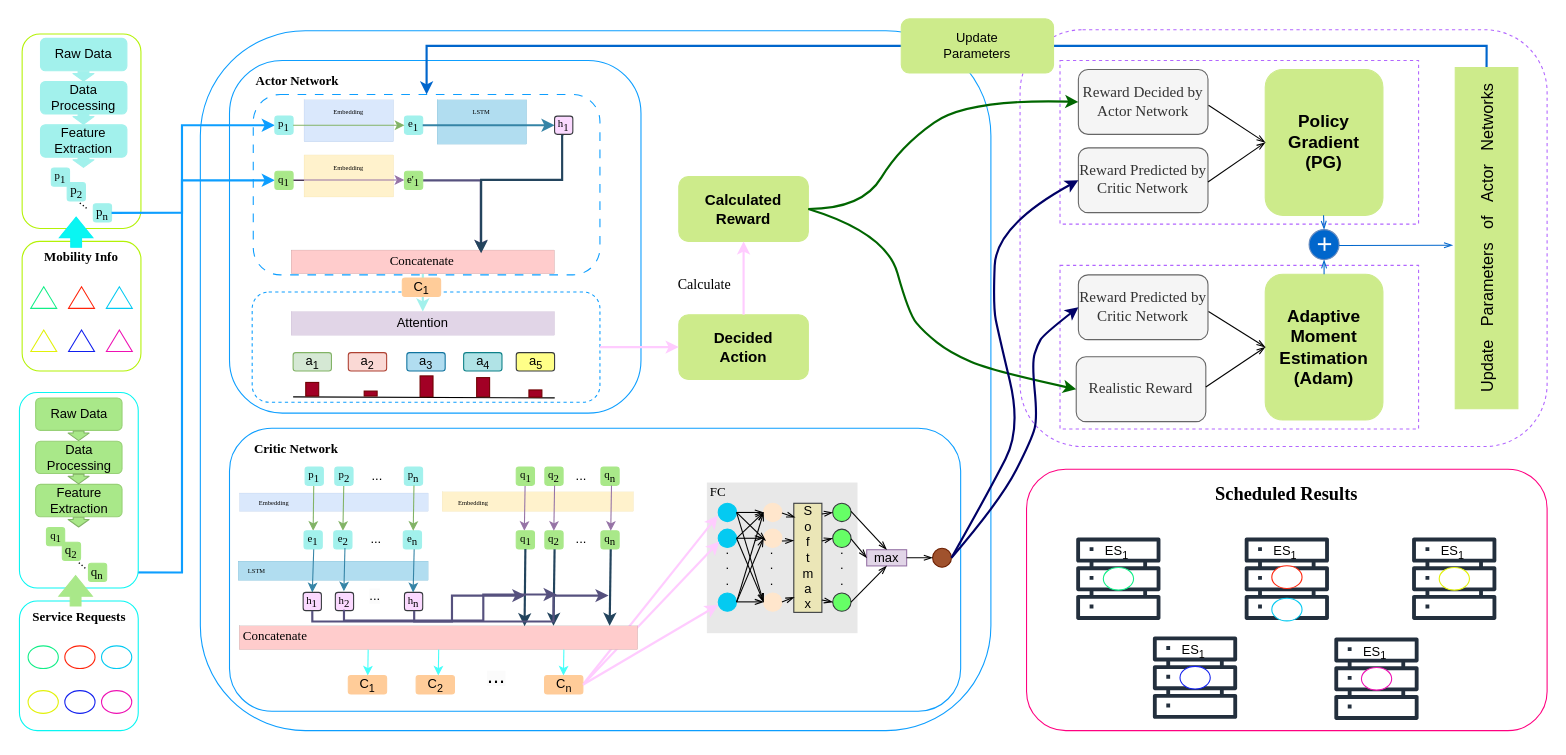
This is 3.drawio from DCLe-DA/Learning-DL-by-Hand, a draw.io file, before an edit. Source tidied: cells renumbered, new cells numbered last; positions are measured from the earlier drawing's top-left corner, leaving out a move shared by most shapes. Both pictures are drawn from the tidied source at 108%, with x=0, y=0 at pixel (19, 18).
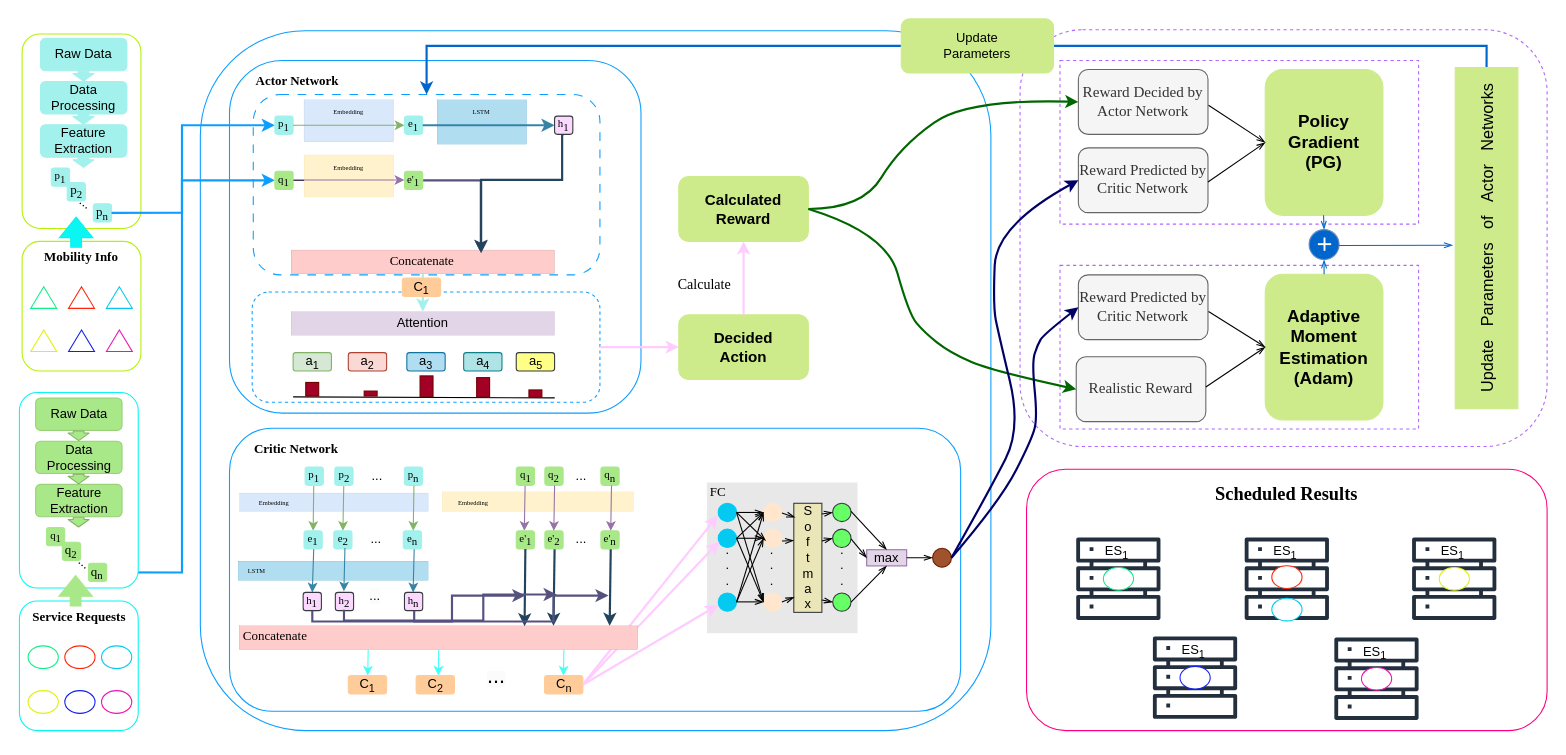
Above is the later version.

The change refers to these unchanged cells:
```xml
<mxCell id="130" style="group;" parent="1" vertex="1">
  <mxGeometry x="459.5" y="474" width="95.3" height="16.9" as="geometry" />
</mxCell>
```

Diff of the diagram source:
```diff
@@
-    <mxCell id="131" value="&lt;font style=&quot;font-size: 10px;&quot; face=&quot;Times New Roman&quot;&gt;q&lt;sub style=&quot;font-size: 10px;&quot;&gt;1&lt;/sub&gt;&lt;/font&gt;" style="whiteSpace=wrap;html=1;rounded=1;strokeColor=#A9E889;fillColor=#A9E889;" parent="130" vertex="1">
+    <mxCell id="131" value="&lt;font style=&quot;font-size: 10px;&quot; face=&quot;Times New Roman&quot;&gt;e'&lt;sub style=&quot;font-size: 10px;&quot;&gt;1&lt;/sub&gt;&lt;/font&gt;" style="whiteSpace=wrap;html=1;rounded=1;strokeColor=#A9E889;fillColor=#A9E889;" parent="130" vertex="1">
       <mxGeometry width="16.9" height="16.9" as="geometry" />
     </mxCell>
-    <mxCell id="132" value="&lt;font style=&quot;font-size: 10px;&quot; face=&quot;Times New Roman&quot;&gt;q&lt;sub style=&quot;font-size: 10px;&quot;&gt;2&lt;/sub&gt;&lt;/font&gt;" style="whiteSpace=wrap;html=1;rounded=1;strokeColor=#A9E889;fillColor=#A9E889;" parent="130" vertex="1">
+    <mxCell id="132" value="&lt;font style=&quot;font-size: 10px;&quot; face=&quot;Times New Roman&quot;&gt;e'&lt;sub style=&quot;font-size: 10px;&quot;&gt;2&lt;/sub&gt;&lt;/font&gt;" style="whiteSpace=wrap;html=1;rounded=1;strokeColor=#A9E889;fillColor=#A9E889;" parent="130" vertex="1">
       <mxGeometry x="26.5" width="16.9" height="16.9" as="geometry" />
     </mxCell>
-    <mxCell id="133" value="&lt;font style=&quot;font-size: 10px;&quot; face=&quot;Times New Roman&quot;&gt;q&lt;sub style=&quot;font-size: 10px;&quot;&gt;n&lt;/sub&gt;&lt;/font&gt;" style="whiteSpace=wrap;html=1;rounded=1;strokeColor=#A9E889;fillColor=#A9E889;" parent="130" vertex="1">
+    <mxCell id="133" value="&lt;font style=&quot;font-size: 10px;&quot; face=&quot;Times New Roman&quot;&gt;e'&lt;sub style=&quot;font-size: 10px;&quot;&gt;n&lt;/sub&gt;&lt;/font&gt;" style="whiteSpace=wrap;html=1;rounded=1;strokeColor=#A9E889;fillColor=#A9E889;" parent="130" vertex="1">
       <mxGeometry x="78.4" width="16.9" height="16.9" as="geometry" />
     </mxCell>
```
